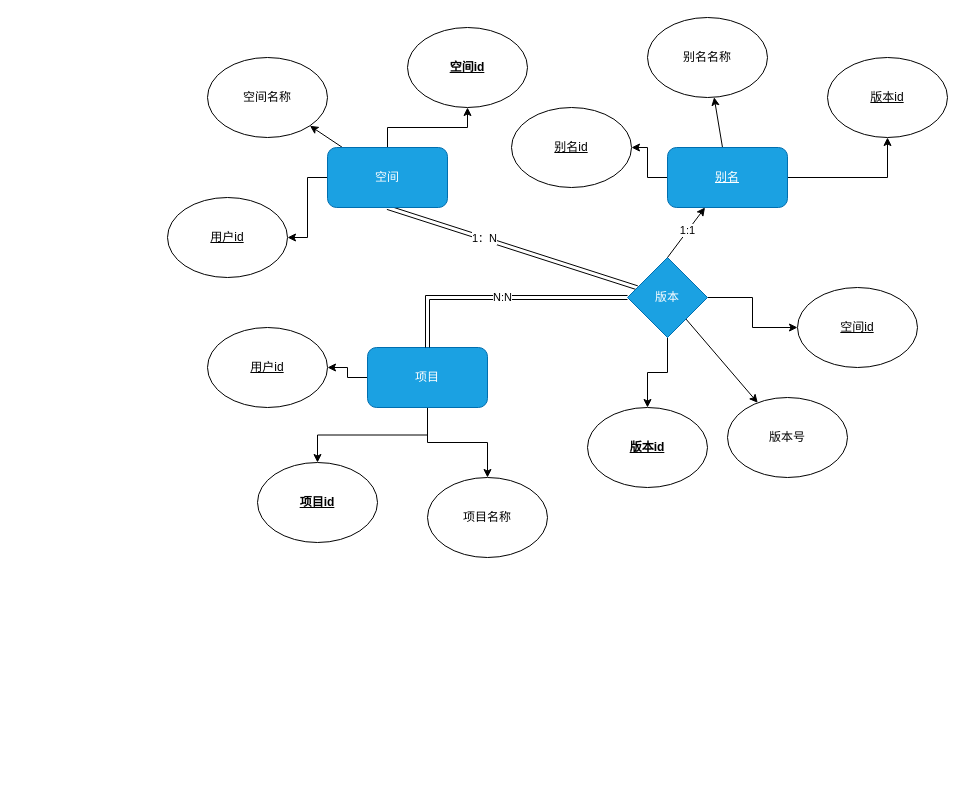
yunqiangwu/fe-pipeline keeps this draw.io diagram as db.drawio. Above is the earlier version. Source tidied: cells renumbered, new cells numbered last; positions are measured from the earlier drawing's top-left corner, leaving out a move shared by most shapes. Both pictures are drawn from the tidied source at 100%, with x=0, y=0 at pixel (167, 17).
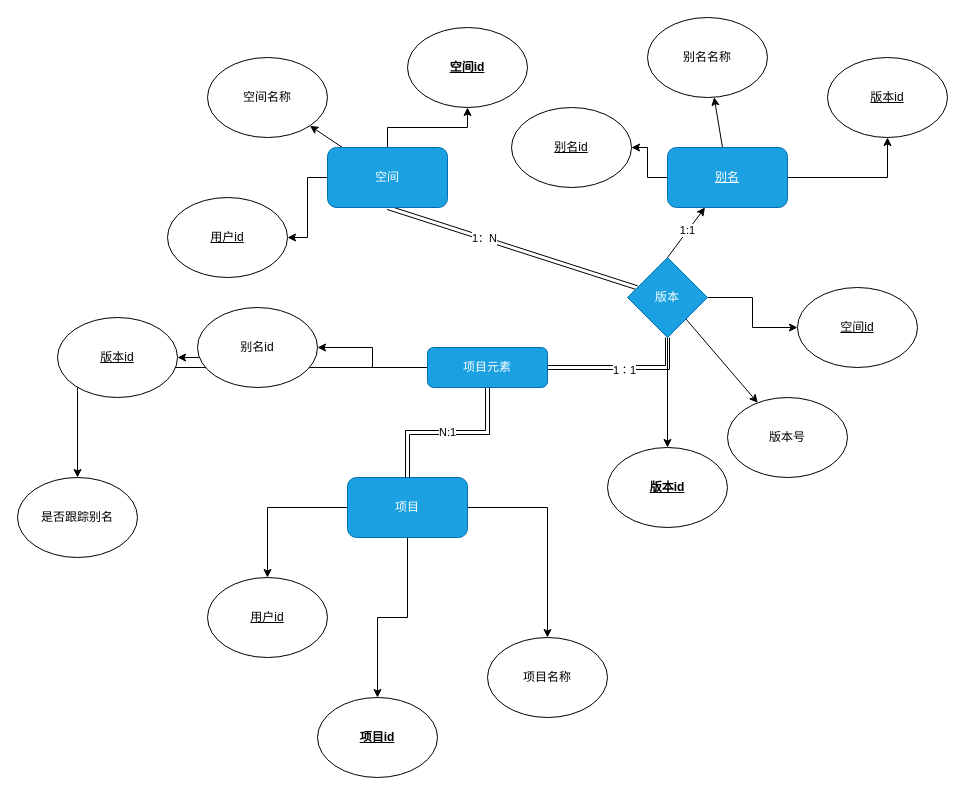
The same diagram, later.

Unchanged cells that the change refers to:
```xml
<mxCell id="18" value="版本" style="rhombus;whiteSpace=wrap;html=1;rounded=0;strokeColor=#006EAF;fontColor=#ffffff;fillColor=#1ba1e2;" parent="1" vertex="1">
  <mxGeometry x="460" y="240" width="80" height="80" as="geometry" />
</mxCell>
```

The edit, as a diff of the source:
```diff
@@
     <mxCell id="5" value="项目" style="rounded=1;whiteSpace=wrap;html=1;fillColor=#1ba1e2;strokeColor=#006EAF;fontColor=#ffffff;" parent="1" vertex="1">
-      <mxGeometry x="200" y="330" width="120" height="60" as="geometry" />
+      <mxGeometry x="180" y="460" width="120" height="60" as="geometry" />
     </mxCell>
     <mxCell id="6" value="项目id" style="ellipse;whiteSpace=wrap;html=1;rounded=1;fontStyle=5;" parent="1" vertex="1">
-      <mxGeometry x="90" y="445" width="120" height="80" as="geometry" />
+      <mxGeometry x="150" y="680" width="120" height="80" as="geometry" />
     </mxCell>
     <mxCell id="7" value="项目名称" style="ellipse;whiteSpace=wrap;html=1;rounded=1;" parent="1" vertex="1">
-      <mxGeometry x="260" y="460" width="120" height="80" as="geometry" />
+      <mxGeometry x="320" y="620" width="120" height="80" as="geometry" />
     </mxCell>
@@
-    <mxCell id="14" value="N:N" style="edgeStyle=orthogonalEdgeStyle;rounded=0;jettySize=auto;html=1;entryX=0.5;entryY=0;entryDx=0;entryDy=0;shape=link;" parent="1" edge="1" source="18" target="5">
+    <mxCell id="14" value="N:1" style="edgeStyle=orthogonalEdgeStyle;rounded=0;jettySize=auto;html=1;entryX=0.5;entryY=0;entryDx=0;entryDy=0;shape=link;exitX=0.5;exitY=1;exitDx=0;exitDy=0;" parent="1" edge="1" source="40" target="5">
       <mxGeometry relative="1" as="geometry" />
     </mxCell>
@@
     <mxCell id="31" value="版本id" style="ellipse;whiteSpace=wrap;html=1;rounded=1;fontStyle=5;" parent="1" vertex="1">
-      <mxGeometry x="420" y="390" width="120" height="80" as="geometry" />
+      <mxGeometry x="440" y="430" width="120" height="80" as="geometry" />
     </mxCell>
@@
     <mxCell id="33" value="用户id" style="ellipse;whiteSpace=wrap;html=1;rounded=1;fontStyle=4;" parent="1" vertex="1">
-      <mxGeometry x="40" y="310" width="120" height="80" as="geometry" />
+      <mxGeometry x="40" y="560" width="120" height="80" as="geometry" />
     </mxCell>
@@
+    <mxCell id="35" style="edgeStyle=orthogonalEdgeStyle;rounded=0;jettySize=auto;html=1;" parent="1" edge="1" source="40" target="41">
+      <mxGeometry relative="1" as="geometry" />
+    </mxCell>
+    <mxCell id="36" style="edgeStyle=orthogonalEdgeStyle;rounded=0;jettySize=auto;html=1;" parent="1" edge="1" source="40" target="42">
+      <mxGeometry relative="1" as="geometry" />
+    </mxCell>
+    <mxCell id="37" style="edgeStyle=orthogonalEdgeStyle;rounded=0;jettySize=auto;html=1;" parent="1" edge="1" source="40" target="43">
+      <mxGeometry relative="1" as="geometry" />
+    </mxCell>
+    <mxCell id="38" style="edgeStyle=orthogonalEdgeStyle;rounded=0;jettySize=auto;html=1;shape=link;" parent="1" edge="1" source="40" target="18">
+      <mxGeometry relative="1" as="geometry" />
+    </mxCell>
+    <mxCell id="39" value="1：1" style="edgeLabel;html=1;align=center;verticalAlign=middle;" parent="38" vertex="1">
+      <mxGeometry x="0.01" y="-2" relative="1" as="geometry" />
+    </mxCell>
+    <mxCell id="40" value="项目元素" style="rounded=1;whiteSpace=wrap;html=1;fillColor=#1ba1e2;strokeColor=#006EAF;fontColor=#ffffff;" parent="1" vertex="1">
+      <mxGeometry x="260" y="330" width="120" height="40" as="geometry" />
+    </mxCell>
+    <mxCell id="41" value="版本id" style="ellipse;whiteSpace=wrap;html=1;rounded=1;fontStyle=4;" parent="1" vertex="1">
+      <mxGeometry x="-110" y="300" width="120" height="80" as="geometry" />
+    </mxCell>
+    <mxCell id="42" value="是否跟踪别名" style="ellipse;whiteSpace=wrap;html=1;rounded=1;" parent="1" vertex="1">
+      <mxGeometry x="-150" y="460" width="120" height="80" as="geometry" />
+    </mxCell>
+    <mxCell id="43" value="别名id" style="ellipse;whiteSpace=wrap;html=1;rounded=1;" parent="1" vertex="1">
+      <mxGeometry x="30" y="290" width="120" height="80" as="geometry" />
+    </mxCell>
```
